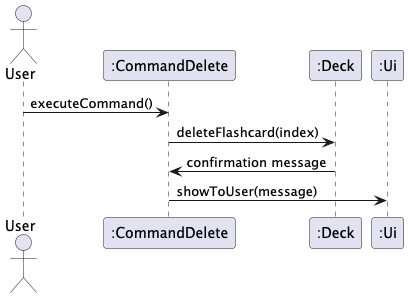
Before: docs/images/DeleteSequenceDiagram.png, a diagram exported from PlantUML (felfelyuen/tp).
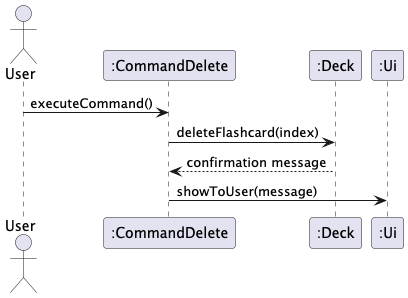
After the commit.

Diff of the diagram source:
```diff
@@ -5,6 +5,6 @@
 participant ":Ui" as Ui
 User -> CommandDelete : executeCommand()
 CommandDelete -> Deck : deleteFlashcard(index)
-Deck -> CommandDelete : confirmation message
+Deck --> CommandDelete : confirmation message
 CommandDelete -> Ui : showToUser(message)
 @enduml
```
